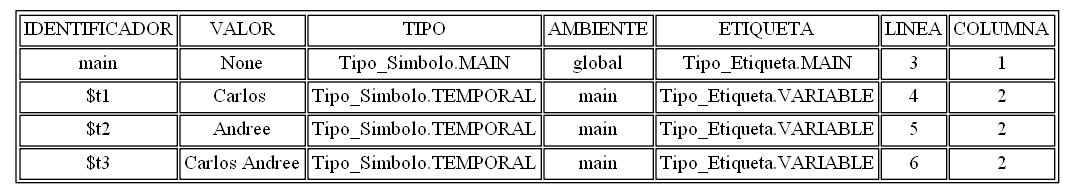
Before: tablasimbolos.png, a diagram exported from Graphviz (AndreeAvalos/OLC2-AUGUS). Its source is kept beside it as tablasimbolos.dot.
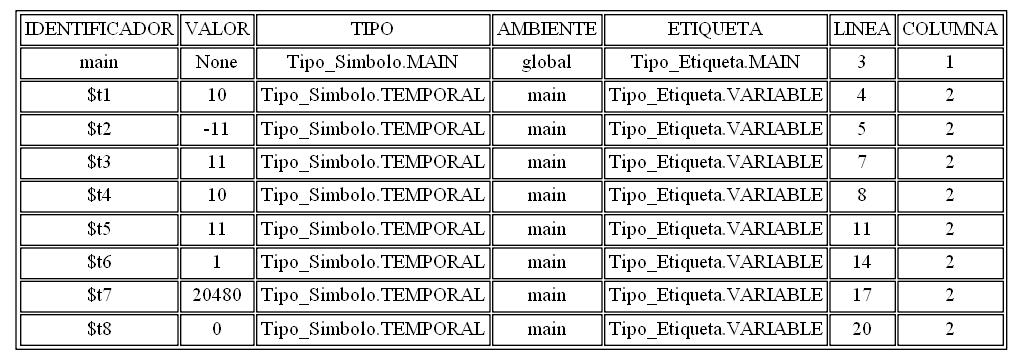
The same file after the commit.

The edit, as a diff of the source:
```diff
@@ -4,9 +4,14 @@
 arset [label=<<TABLE ALIGN="LEFT">
 <TR><TD>IDENTIFICADOR</TD><TD>VALOR</TD><TD>TIPO</TD><TD>AMBIENTE</TD><TD>ETIQUETA</TD><TD>LINEA</TD><TD>COLUMNA</TD></TR>
 <TR><TD>main</TD><TD>None</TD><TD>Tipo_Simbolo.MAIN</TD><TD>global</TD><TD>Tipo_Etiqueta.MAIN</TD><TD>3</TD><TD>1</TD></TR>
-<TR><TD>$t1</TD><TD>Carlos </TD><TD>Tipo_Simbolo.TEMPORAL</TD><TD>main</TD><TD>Tipo_Etiqueta.VARIABLE</TD><TD>4</TD><TD>2</TD></TR>
-<TR><TD>$t2</TD><TD>Andree</TD><TD>Tipo_Simbolo.TEMPORAL</TD><TD>main</TD><TD>Tipo_Etiqueta.VARIABLE</TD><TD>5</TD><TD>2</TD></TR>
-<TR><TD>$t3</TD><TD>Carlos Andree</TD><TD>Tipo_Simbolo.TEMPORAL</TD><TD>main</TD><TD>Tipo_Etiqueta.VARIABLE</TD><TD>6</TD><TD>2</TD></TR>
+<TR><TD>$t1</TD><TD>10</TD><TD>Tipo_Simbolo.TEMPORAL</TD><TD>main</TD><TD>Tipo_Etiqueta.VARIABLE</TD><TD>4</TD><TD>2</TD></TR>
+<TR><TD>$t2</TD><TD>-11</TD><TD>Tipo_Simbolo.TEMPORAL</TD><TD>main</TD><TD>Tipo_Etiqueta.VARIABLE</TD><TD>5</TD><TD>2</TD></TR>
+<TR><TD>$t3</TD><TD>11</TD><TD>Tipo_Simbolo.TEMPORAL</TD><TD>main</TD><TD>Tipo_Etiqueta.VARIABLE</TD><TD>7</TD><TD>2</TD></TR>
+<TR><TD>$t4</TD><TD>10</TD><TD>Tipo_Simbolo.TEMPORAL</TD><TD>main</TD><TD>Tipo_Etiqueta.VARIABLE</TD><TD>8</TD><TD>2</TD></TR>
+<TR><TD>$t5</TD><TD>11</TD><TD>Tipo_Simbolo.TEMPORAL</TD><TD>main</TD><TD>Tipo_Etiqueta.VARIABLE</TD><TD>11</TD><TD>2</TD></TR>
+<TR><TD>$t6</TD><TD>1</TD><TD>Tipo_Simbolo.TEMPORAL</TD><TD>main</TD><TD>Tipo_Etiqueta.VARIABLE</TD><TD>14</TD><TD>2</TD></TR>
+<TR><TD>$t7</TD><TD>20480</TD><TD>Tipo_Simbolo.TEMPORAL</TD><TD>main</TD><TD>Tipo_Etiqueta.VARIABLE</TD><TD>17</TD><TD>2</TD></TR>
+<TR><TD>$t8</TD><TD>0</TD><TD>Tipo_Simbolo.TEMPORAL</TD><TD>main</TD><TD>Tipo_Etiqueta.VARIABLE</TD><TD>20</TD><TD>2</TD></TR>
 </TABLE>
 >, ];
 }
```
